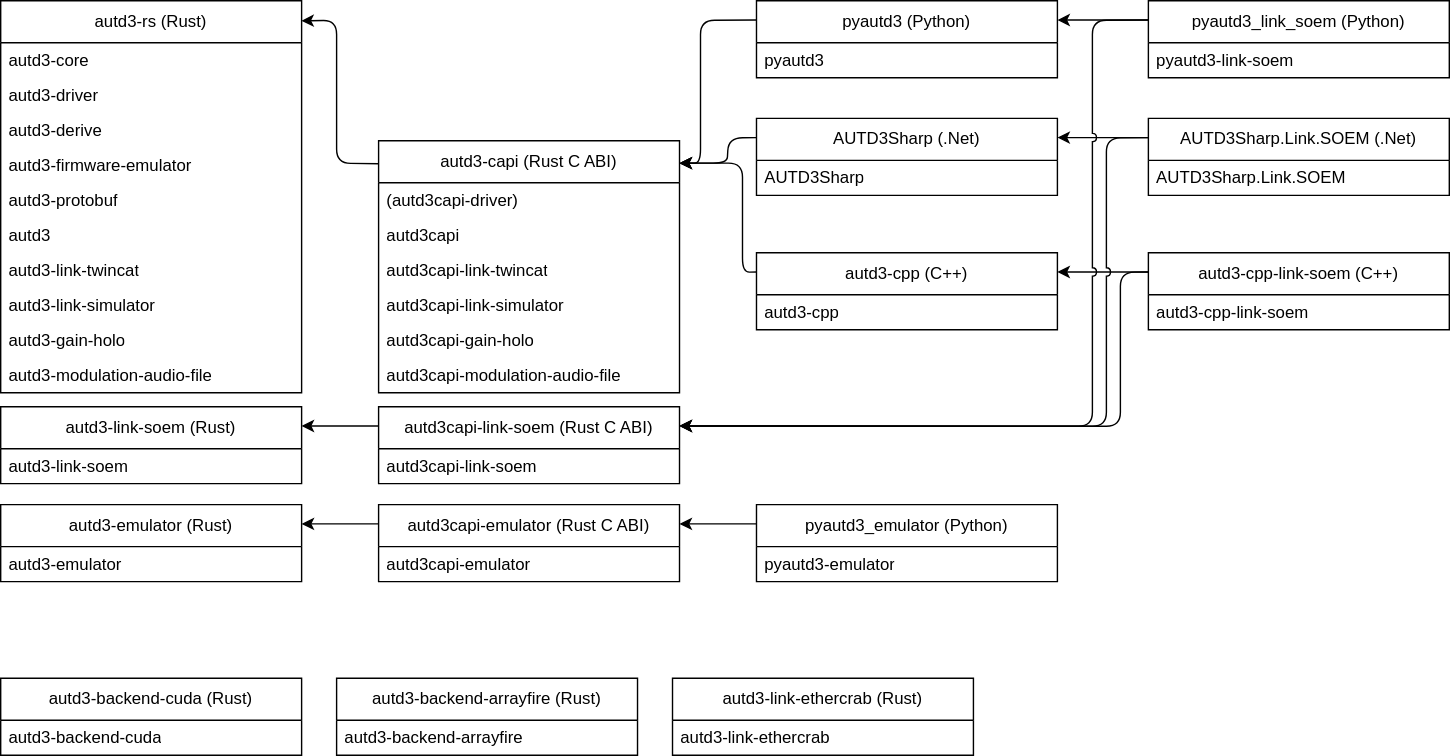
Above: software.svg in shinolab/autd3-lecture (draw.io), before the change. Source tidied: cells renumbered, new cells last; positions are measured from the earlier drawing's top-left corner, leaving out a move shared by most shapes.
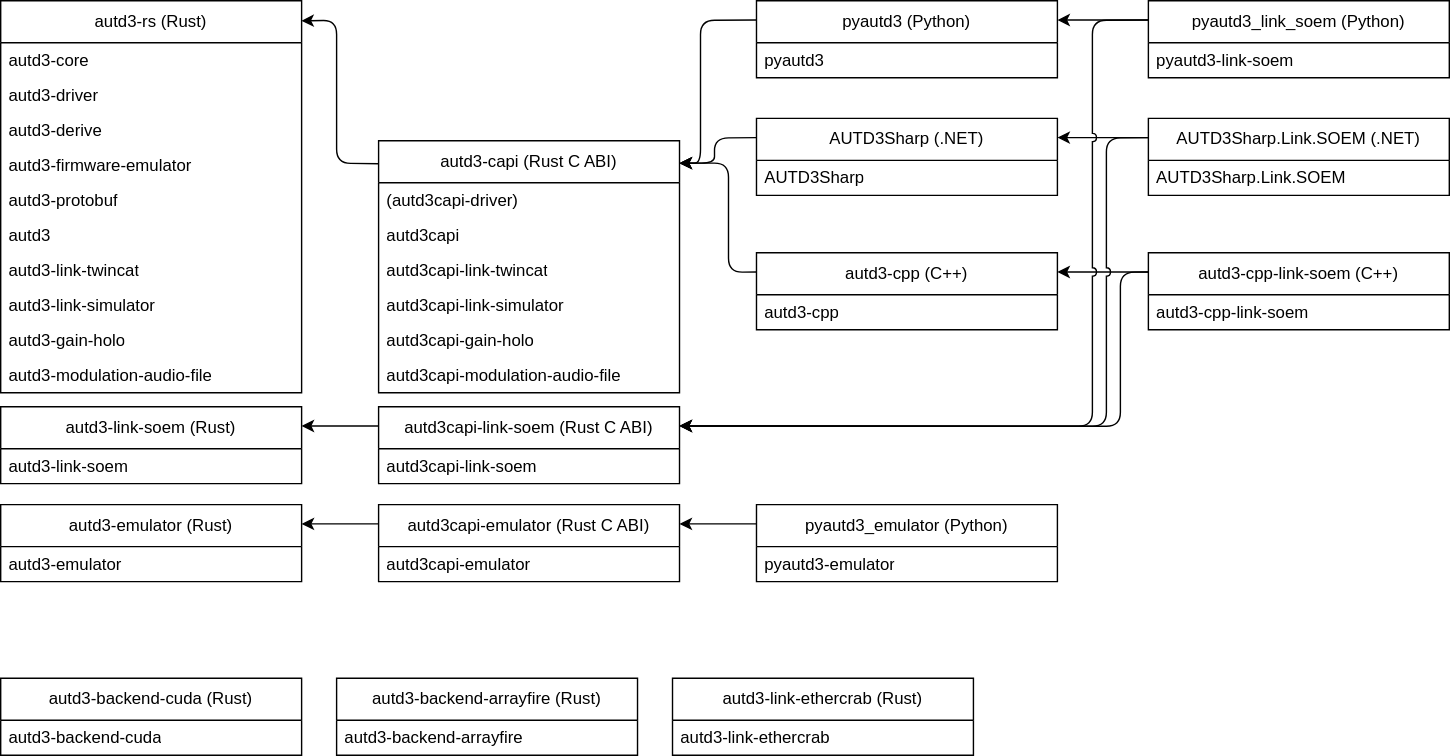
After the commit.

Change to the diagram source:
```diff
@@ -1,4 +1,4 @@
-<mxGraphModel>
+<mxGraphModel background="#ffffff">
   <root>
     <mxCell id="0" />
     <mxCell id="1" parent="0" />
@@ -174,7 +174,7 @@
     <mxCell id="53" value="pyautd3-emulator" style="text;strokeColor=none;fillColor=none;align=left;verticalAlign=middle;spacingLeft=4;spacingRight=4;overflow=hidden;whiteSpace=wrap;html=1;" parent="52" vertex="1">
       <mxGeometry y="30" width="215" height="25" as="geometry" />
     </mxCell>
-    <mxCell id="54" value="&lt;span style=&quot;color: rgb(0, 0, 0);&quot;&gt;&lt;a href=&quot;https://github.com/shinolab/AUTD3Sharp&quot;&gt;AUTD3Sharp&lt;/a&gt; (.Net)&lt;/span&gt;" style="swimlane;fontStyle=0;horizontal=1;startSize=30;whiteSpace=wrap;html=1;" parent="1" vertex="1">
+    <mxCell id="54" value="&lt;span style=&quot;color: rgb(0, 0, 0);&quot;&gt;&lt;a href=&quot;https://github.com/shinolab/AUTD3Sharp&quot;&gt;AUTD3Sharp&lt;/a&gt; (.NET)&lt;/span&gt;" style="swimlane;fontStyle=0;horizontal=1;startSize=30;whiteSpace=wrap;html=1;" parent="1" vertex="1">
       <mxGeometry x="540" y="84" width="215" height="55" as="geometry" />
     </mxCell>
     <mxCell id="55" value="&lt;span style=&quot;color: rgb(0, 0, 0); text-align: center;&quot;&gt;AUTD3Sharp&lt;/span&gt;" style="text;strokeColor=none;fillColor=none;align=left;verticalAlign=middle;spacingLeft=4;spacingRight=4;overflow=hidden;whiteSpace=wrap;html=1;" parent="54" vertex="1">
@@ -188,7 +188,7 @@
         </Array>
       </mxGeometry>
     </mxCell>
-    <mxCell id="57" value="&lt;span style=&quot;color: rgb(0, 0, 0);&quot;&gt;&lt;a href=&quot;https://github.com/shinolab/AUTD3Sharp.Link.SOEM&quot;&gt;AUTD3Sharp.Link.SOEM&lt;/a&gt; (.Net)&lt;/span&gt;" style="swimlane;fontStyle=0;horizontal=1;startSize=30;whiteSpace=wrap;html=1;" parent="1" vertex="1">
+    <mxCell id="57" value="&lt;span style=&quot;color: rgb(0, 0, 0);&quot;&gt;&lt;a href=&quot;https://github.com/shinolab/AUTD3Sharp.Link.SOEM&quot;&gt;AUTD3Sharp.Link.SOEM&lt;/a&gt; (.NET)&lt;/span&gt;" style="swimlane;fontStyle=0;horizontal=1;startSize=30;whiteSpace=wrap;html=1;" parent="1" vertex="1">
       <mxGeometry x="820" y="84" width="215" height="55" as="geometry" />
     </mxCell>
     <mxCell id="58" value="&lt;span style=&quot;color: rgb(0, 0, 0); text-align: center;&quot;&gt;AUTD3Sharp.Link.SOEM&lt;/span&gt;" style="text;strokeColor=none;fillColor=none;align=left;verticalAlign=middle;spacingLeft=4;spacingRight=4;overflow=hidden;whiteSpace=wrap;html=1;" parent="57" vertex="1">
@@ -204,8 +204,8 @@
       <mxGeometry relative="1" as="geometry">
         <mxPoint x="485" y="116" as="targetPoint" />
         <Array as="points">
-          <mxPoint x="520" y="98" />
-          <mxPoint x="519" y="116" />
+          <mxPoint x="510" y="98" />
+          <mxPoint x="510" y="116" />
         </Array>
       </mxGeometry>
     </mxCell>
@@ -213,8 +213,8 @@
       <mxGeometry relative="1" as="geometry">
         <mxPoint x="485" y="116" as="targetPoint" />
         <Array as="points">
-          <mxPoint x="530" y="194" />
-          <mxPoint x="530" y="116" />
+          <mxPoint x="520" y="194" />
+          <mxPoint x="520" y="116" />
         </Array>
       </mxGeometry>
     </mxCell>
```
